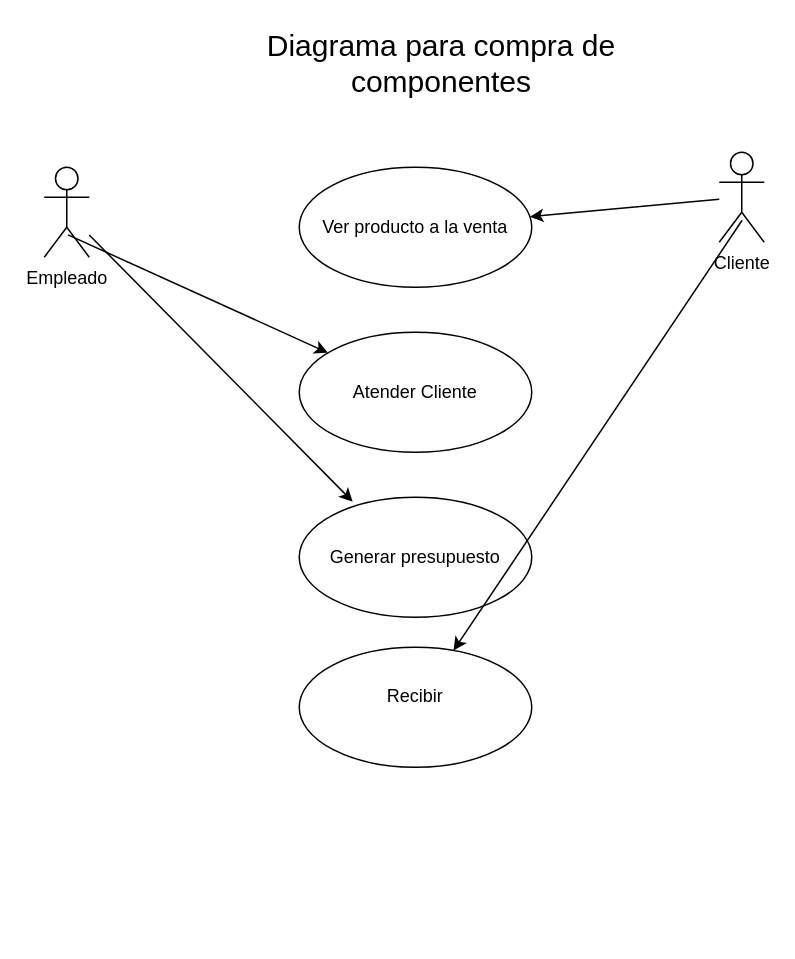
Earlier version of the draw.io diagram case_uml.dio (jadriansolu-alt/partial1_Soto_Jesus2). Source tidied: cells renumbered, new cells numbered last; positions are measured from the earlier drawing's top-left corner, leaving out a move shared by most shapes. Both pictures are drawn from the tidied source at 150%, with x=0, y=0 at pixel (44, 32).
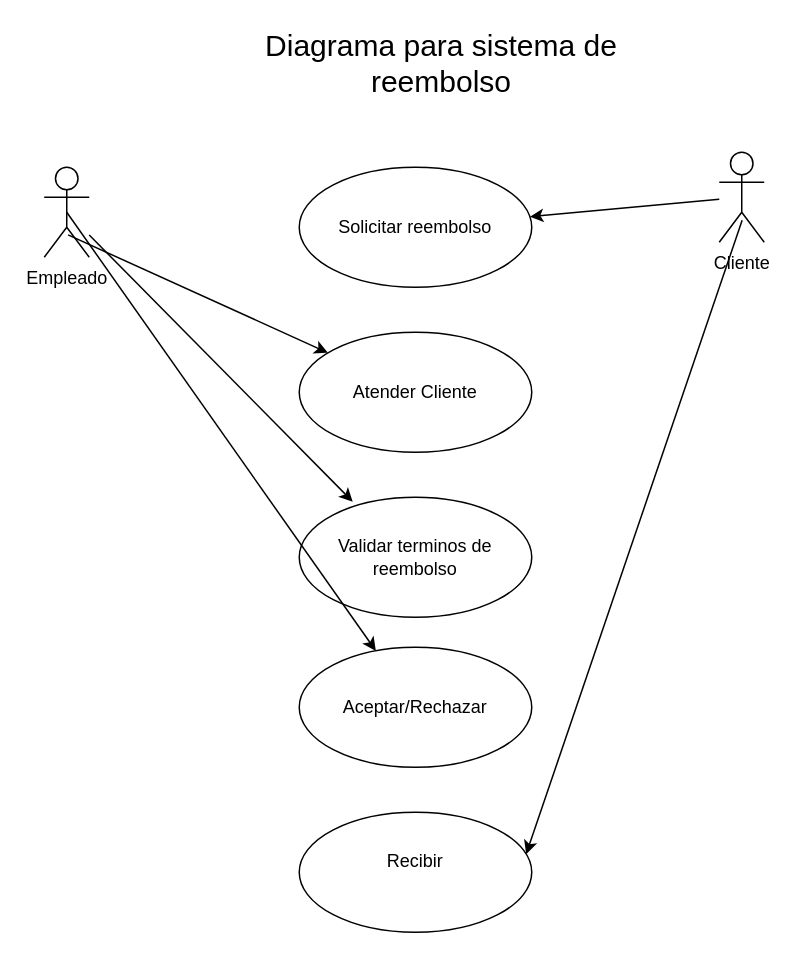
The same diagram, later.

Commit message (it also covers changes not shown here):
partial 1 Soto Lucero Jesus Adrian

The edit, as a diff of the source:
```diff
@@
 <mxGraphModel>
   <root>
     <mxCell id="0" />
     <mxCell id="1" parent="0" />
-    <mxCell id="2" value="&lt;span style=&quot;font-size: 20px;&quot;&gt;Diagrama para compra de componentes&lt;/span&gt;" style="text;html=1;whiteSpace=wrap;strokeColor=none;fillColor=none;align=center;verticalAlign=middle;rounded=0;" parent="1" vertex="1">
+    <mxCell id="2" value="&lt;span style=&quot;font-size: 20px;&quot;&gt;Diagrama para sistema de reembolso&lt;/span&gt;" style="text;html=1;whiteSpace=wrap;strokeColor=none;fillColor=none;align=center;verticalAlign=middle;rounded=0;" parent="1" vertex="1">
       <mxGeometry x="140" width="250" height="40" as="geometry" />
     </mxCell>
-    <mxCell id="3" value="Ver producto a la venta" style="ellipse;whiteSpace=wrap;html=1;shapeInside=1;" parent="1" vertex="1">
+    <mxCell id="3" value="Solicitar reembolso" style="ellipse;whiteSpace=wrap;html=1;shapeInside=1;" parent="1" vertex="1">
       <mxGeometry x="170" y="90" width="155" height="80" as="geometry" />
     </mxCell>
     <mxCell id="4" value="Atender Cliente" style="ellipse;whiteSpace=wrap;html=1;shapeInside=1;" parent="1" vertex="1">
       <mxGeometry x="170" y="200" width="155" height="80" as="geometry" />
     </mxCell>
-    <mxCell id="5" value="Generar presupuesto" style="ellipse;whiteSpace=wrap;html=1;shapeInside=1;" parent="1" vertex="1">
+    <mxCell id="5" value="Validar terminos de reembolso" style="ellipse;whiteSpace=wrap;html=1;shapeInside=1;" parent="1" vertex="1">
       <mxGeometry x="170" y="310" width="155" height="80" as="geometry" />
     </mxCell>
-    <mxCell id="6" value="Recibir&lt;div&gt;&lt;br/&gt;&lt;/div&gt;" style="ellipse;whiteSpace=wrap;html=1;shapeInside=1;" parent="1" vertex="1">
+    <mxCell id="6" value="&lt;div&gt;Aceptar/Rechazar&lt;/div&gt;" style="ellipse;whiteSpace=wrap;html=1;shapeInside=1;" parent="1" vertex="1">
       <mxGeometry x="170" y="410" width="155" height="80" as="geometry" />
     </mxCell>
     <mxCell id="7" style="edgeStyle=none;html=1;entryX=0.23;entryY=0.037;entryDx=0;entryDy=0;entryPerimeter=0;" parent="1" edge="1" source="8" target="5">
       <mxGeometry relative="1" as="geometry" />
     </mxCell>
     <mxCell id="8" value="Empleado" style="shape=umlActor;verticalLabelPosition=bottom;verticalAlign=top;html=1;" parent="1" vertex="1">
       <mxGeometry y="90" width="30" height="60" as="geometry" />
     </mxCell>
     <mxCell id="9" value="Cliente" style="shape=umlActor;verticalLabelPosition=bottom;verticalAlign=top;html=1;" parent="1" vertex="1">
       <mxGeometry x="450" y="80" width="30" height="60" as="geometry" />
     </mxCell>
     <mxCell id="10" style="edgeStyle=none;html=1;exitX=0.53;exitY=0.752;exitDx=0;exitDy=0;exitPerimeter=0;" parent="1" edge="1" source="8" target="4">
       <mxGeometry relative="1" as="geometry" />
     </mxCell>
     <mxCell id="11" style="edgeStyle=none;html=1;" parent="1" edge="1" source="9" target="3">
       <mxGeometry relative="1" as="geometry" />
     </mxCell>
-    <mxCell id="12" style="edgeStyle=none;html=1;exitX=0.509;exitY=0.756;exitDx=0;exitDy=0;exitPerimeter=0;" parent="1" edge="1" source="9" target="6">
+    <mxCell id="12" style="edgeStyle=none;html=1;exitX=0.509;exitY=0.756;exitDx=0;exitDy=0;exitPerimeter=0;entryX=0.976;entryY=0.349;entryDx=0;entryDy=0;entryPerimeter=0;" parent="1" edge="1" source="9" target="13">
       <mxGeometry relative="1" as="geometry" />
     </mxCell>
+    <mxCell id="13" value="Recibir&lt;div&gt;&lt;br&gt;&lt;/div&gt;" style="ellipse;whiteSpace=wrap;html=1;shapeInside=1;" parent="1" vertex="1">
+      <mxGeometry x="170" y="520" width="155" height="80" as="geometry" />
+    </mxCell>
+    <mxCell id="14" style="edgeStyle=none;html=1;exitX=0.5;exitY=0.5;exitDx=0;exitDy=0;exitPerimeter=0;" parent="1" edge="1" source="8" target="6">
+      <mxGeometry relative="1" as="geometry" />
+    </mxCell>
   </root>
 </mxGraphModel>
```
